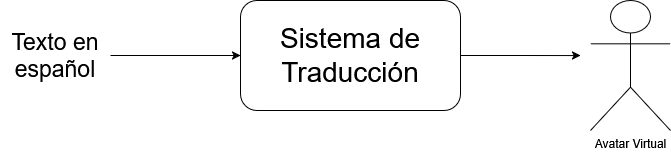
Above: Images/Cap 1/diacajanegra.png in IvanSMMA/TT1_Document (draw.io), before the change. Source tidied: cells renumbered, new cells last; positions are measured from the earlier drawing's top-left corner, leaving out a move shared by most shapes.
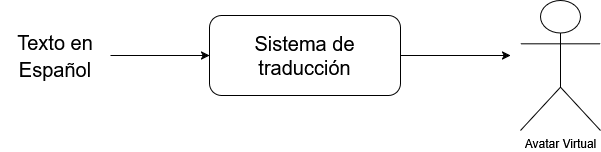
After the commit.

Commit message:
Correcciones finales cap 1

The edit, as a diff of the source:
```diff
@@ -4,20 +4,20 @@
     <mxCell id="1" parent="0" />
     <mxCell id="2" style="edgeStyle=orthogonalEdgeStyle;rounded=0;jettySize=auto;html=1;exitX=1;exitY=0.5;exitDx=0;exitDy=0;" parent="1" edge="1" source="3">
       <mxGeometry relative="1" as="geometry">
-        <mxPoint x="580" y="55.1" as="targetPoint" />
+        <mxPoint x="560" y="55" as="targetPoint" />
       </mxGeometry>
     </mxCell>
-    <mxCell id="3" value="&lt;font style=&quot;font-size: 28px;&quot;&gt;Sistema de Traducción&lt;/font&gt;" style="rounded=1;whiteSpace=wrap;html=1;" parent="1" vertex="1">
-      <mxGeometry x="240" width="220" height="110" as="geometry" />
+    <mxCell id="3" value="&lt;font style=&quot;font-size: 20px;&quot;&gt;Sistema de traducción&lt;/font&gt;" style="rounded=1;whiteSpace=wrap;html=1;" parent="1" vertex="1">
+      <mxGeometry x="259" y="15" width="191" height="80" as="geometry" />
     </mxCell>
     <mxCell id="4" style="edgeStyle=orthogonalEdgeStyle;rounded=0;jettySize=auto;html=1;exitX=1;exitY=0.5;exitDx=0;exitDy=0;entryX=0;entryY=0.5;entryDx=0;entryDy=0;" parent="1" edge="1" source="5" target="3">
       <mxGeometry relative="1" as="geometry" />
     </mxCell>
-    <mxCell id="5" value="Texto en español" style="text;html=1;align=center;verticalAlign=middle;whiteSpace=wrap;rounded=0;fontSize=23;" parent="1" vertex="1">
-      <mxGeometry y="40" width="110" height="30" as="geometry" />
+    <mxCell id="5" value="&lt;font style=&quot;font-size: 20px;&quot;&gt;Texto en Español&lt;/font&gt;" style="text;html=1;align=center;verticalAlign=middle;whiteSpace=wrap;rounded=0;fontSize=23;" parent="1" vertex="1">
+      <mxGeometry x="50" y="40" width="110" height="30" as="geometry" />
     </mxCell>
     <mxCell id="6" value="Avatar Virtual" style="shape=umlActor;verticalLabelPosition=bottom;verticalAlign=top;html=1;" parent="1" vertex="1">
-      <mxGeometry x="590" width="80" height="130" as="geometry" />
+      <mxGeometry x="570" width="80" height="130" as="geometry" />
     </mxCell>
   </root>
 </mxGraphModel>
```
